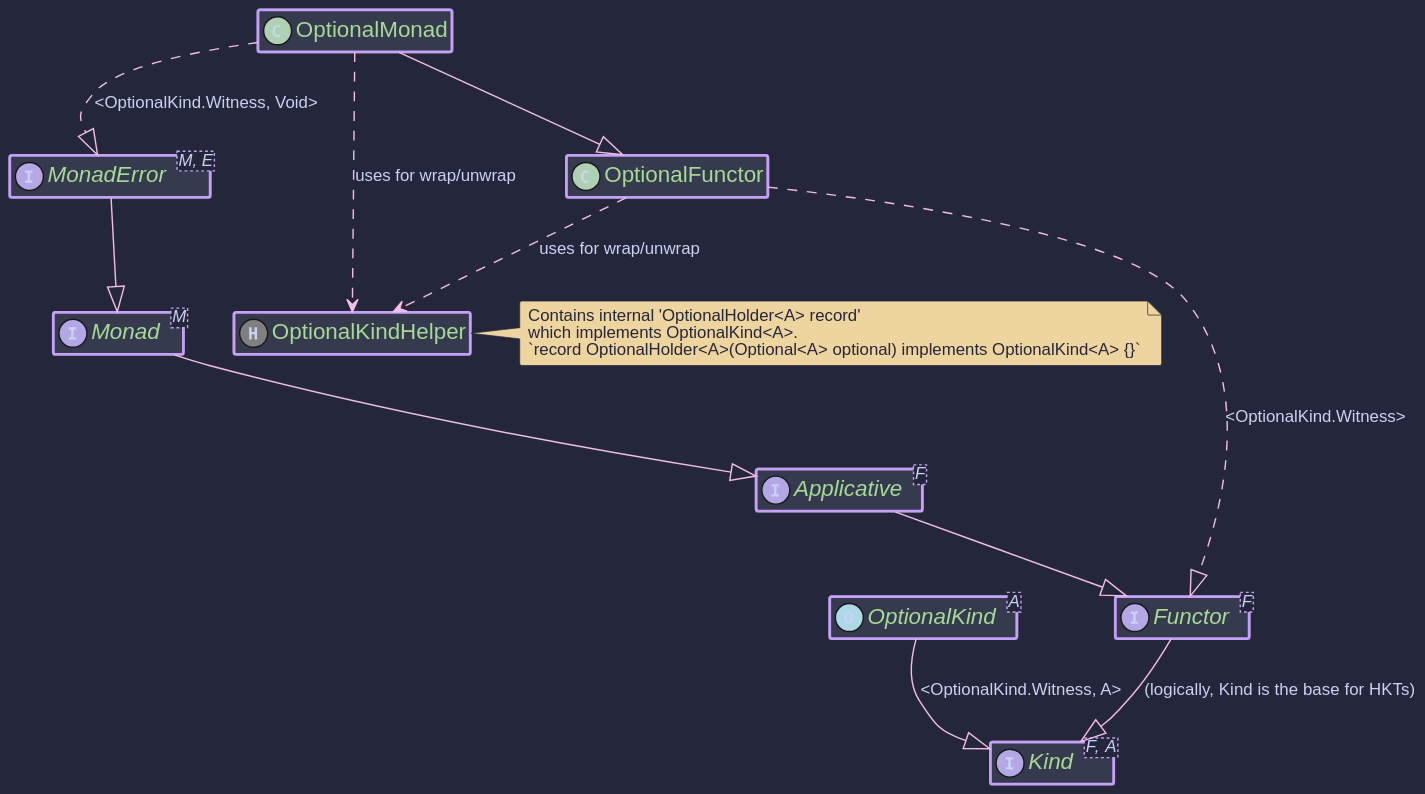
Above: hkj-book/src/images/puml/optional_monad.svg in higher-kinded-j/higher-kinded-j (PlantUML), before the change.
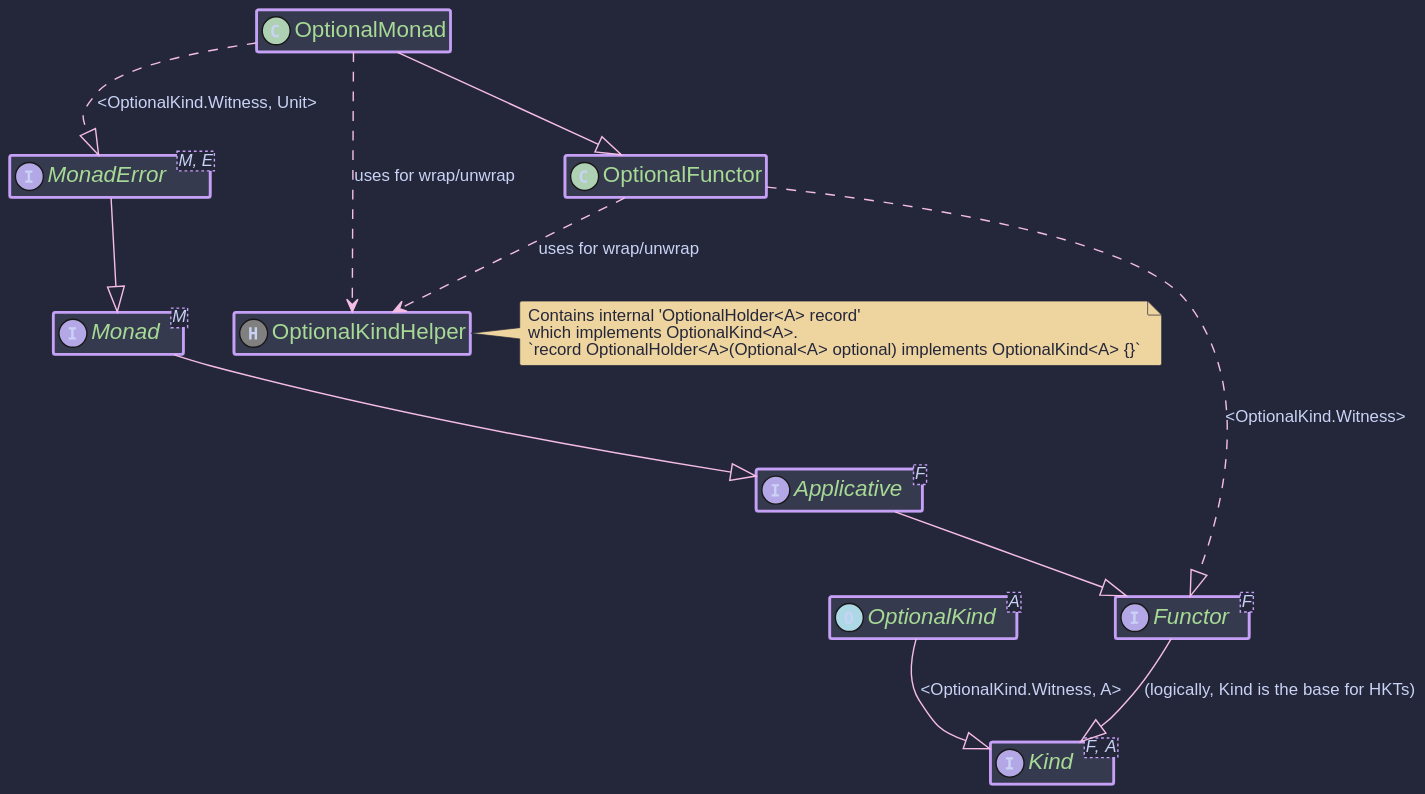
After the change.

What changed in the source:
```diff
@@ -32,7 +32,7 @@
 
 OptionalFunctorImpl ..|> Functor : <OptionalKind.Witness>
 OptionalMonadImpl --|> OptionalFunctorImpl
-OptionalMonadImpl ..|> MonadErrorBase : <OptionalKind.Witness, Void>
+OptionalMonadImpl ..|> MonadErrorBase : <OptionalKind.Witness, Unit>
 
 OptionalMonadImpl ..> OptionalKindHelper : uses for wrap/unwrap
 OptionalFunctorImpl ..> OptionalKindHelper : uses for wrap/unwrap
```
